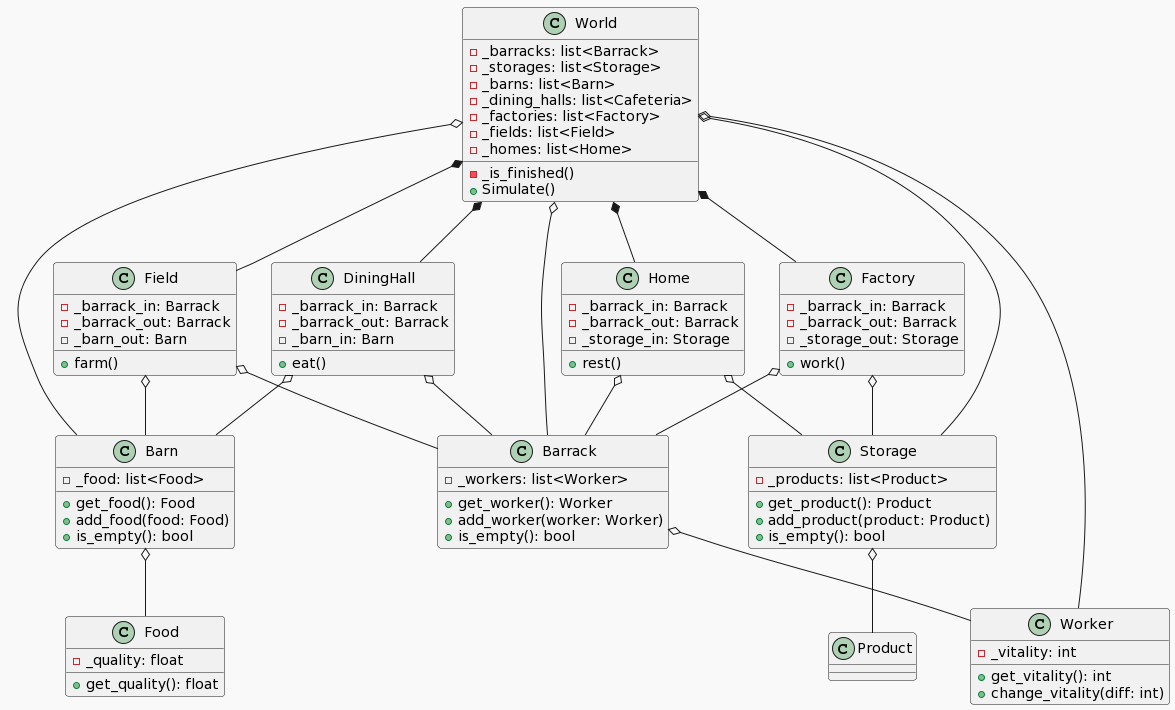
This is sim/uml.png from Globose/dv1582, a PlantUML export, as it was before one commit. The source it was exported from:
```plantuml
@startuml
!theme mars

class World{
-_barracks: list<Barrack>
-_storages: list<Storage>
-_barns: list<Barn>
-_dining_halls: list<Cafeteria>
-_factories: list<Factory>
-_fields: list<Field>
-_homes: list<Home>
-_is_finished()
+Simulate()

}
class Worker{
-_vitality: int
+get_vitality(): int
+change_vitality(diff: int)
}
class Food{
-_quality: float
+get_quality(): float
}
class Product{

}
class Barrack{
-_workers: list<Worker>
+get_worker(): Worker
+add_worker(worker: Worker)
+is_empty(): bool
}
class Barn{
-_food: list<Food>
+get_food(): Food
+add_food(food: Food)
+is_empty(): bool
}
class Storage{
-_products: list<Product>
+get_product(): Product
+add_product(product: Product)
+is_empty(): bool
}
class Factory{
-_barrack_in: Barrack
-_barrack_out: Barrack
-_storage_out: Storage
+work()
}
class Field{
-_barrack_in: Barrack
-_barrack_out: Barrack
-_barn_out: Barn
+farm()
}
class Home{
-_barrack_in: Barrack
-_barrack_out: Barrack
-_storage_in: Storage
+rest()
}
class DiningHall{
-_barrack_in: Barrack
-_barrack_out: Barrack
-_barn_in: Barn
+eat()
}

World o-- Barrack
World o-- Storage
World o-- Barn
World *-- DiningHall
World *-- Factory
World *-- Field
World *-- Home
World o-- Worker

Barn o-- Food
Barrack o-- Worker
Storage o-- Product
Factory o-- Barrack
Factory o-- Storage
Field o-- Barrack
Field o-- Barn
Home o-- Barrack
Home o-- Storage
DiningHall o-- Barn
DiningHall o-- Barrack
@enduml
```
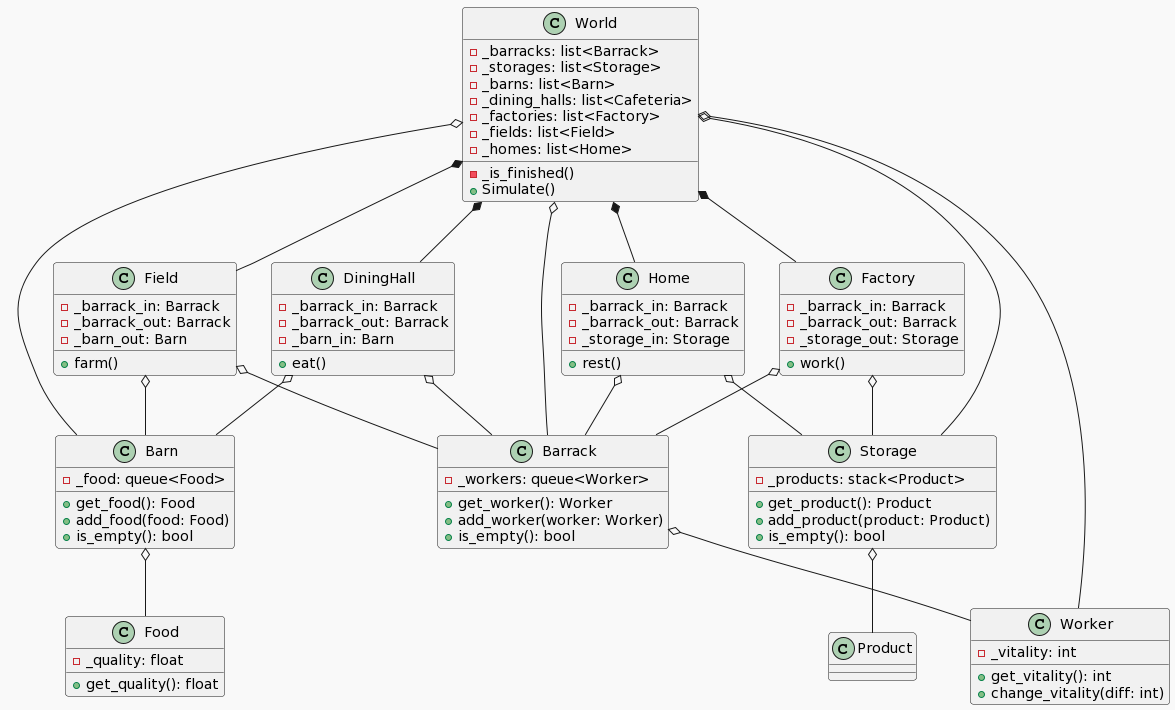
The same file after the commit.

What changed in the source:
```diff
@@ -26,19 +26,19 @@
 
 }
 class Barrack{
--_workers: list<Worker>
+-_workers: queue<Worker>
 +get_worker(): Worker
 +add_worker(worker: Worker)
 +is_empty(): bool
 }
 class Barn{
--_food: list<Food>
+-_food: queue<Food>
 +get_food(): Food
 +add_food(food: Food)
 +is_empty(): bool
 }
 class Storage{
--_products: list<Product>
+-_products: stack<Product>
 +get_product(): Product
 +add_product(product: Product)
 +is_empty(): bool
```
